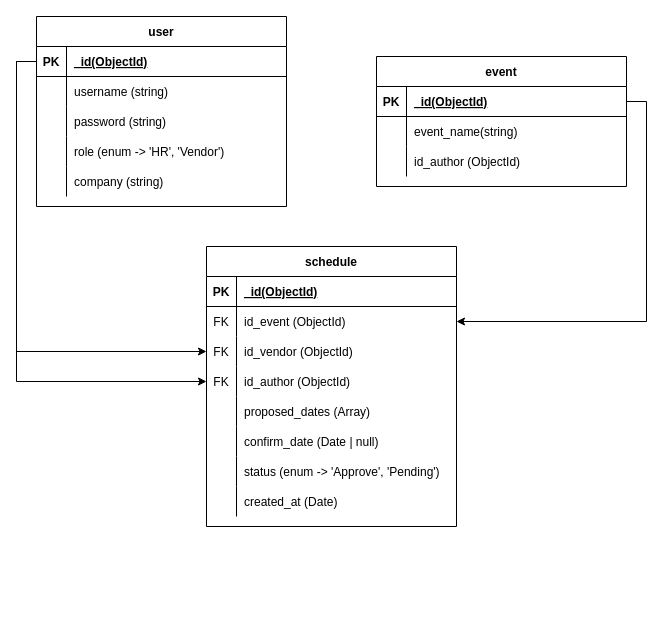
Before: embreo-tech-test.drawio in mpsalunggg/be-embreo-test, a draw.io diagram. Source tidied: cells renumbered, new cells numbered last; positions are measured from the earlier drawing's top-left corner, leaving out a move shared by most shapes. Both pictures are drawn from the tidied source at 100%, with x=0, y=0 at pixel (36, 16).
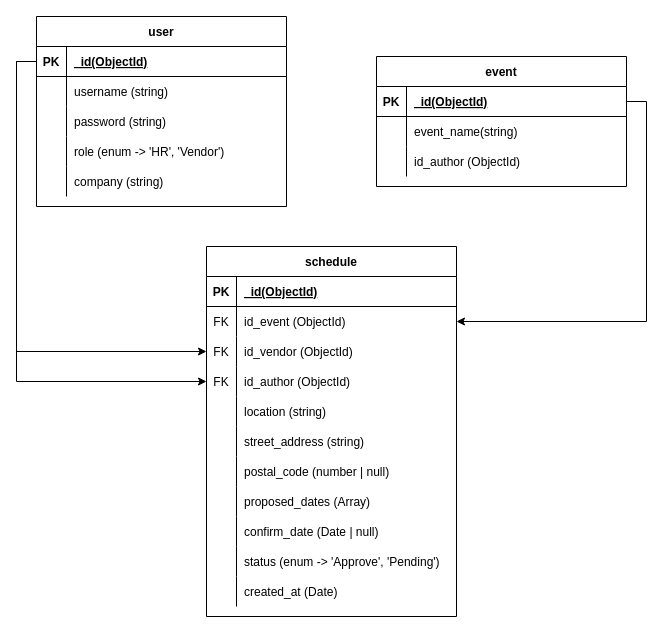
The same page after the edit.

What changed in the source:
```diff
@@
     <mxCell id="28" value="schedule" style="shape=table;startSize=30;childLayout=tableLayout;rowLines=0;fontStyle=1;align=center;" parent="1" vertex="1">
-      <mxGeometry x="170" y="230" width="250" height="280" as="geometry" />
+      <mxGeometry x="170" y="230" width="250" height="370" as="geometry" />
     </mxCell>
@@
+    <mxCell id="56" style="shape=partialRectangle;fillColor=none;top=0;left=0;right=0;bottom=0;" parent="28" vertex="1">
+      <mxGeometry y="150" width="250" height="30" as="geometry" />
+    </mxCell>
+    <mxCell id="57" style="shape=partialRectangle;overflow=hidden;fillColor=none;top=0;left=0;bottom=0;right=0;" parent="56" vertex="1">
+      <mxGeometry width="30" height="30" as="geometry" />
+    </mxCell>
+    <mxCell id="58" value="location (string)" style="shape=partialRectangle;overflow=hidden;fillColor=none;top=0;left=0;bottom=0;right=0;align=left;spacingLeft=6;" parent="56" vertex="1">
+      <mxGeometry x="30" width="220" height="30" as="geometry" />
+    </mxCell>
+    <mxCell id="59" style="shape=partialRectangle;fillColor=none;top=0;left=0;right=0;bottom=0;" parent="28" vertex="1">
+      <mxGeometry y="180" width="250" height="30" as="geometry" />
+    </mxCell>
+    <mxCell id="60" style="shape=partialRectangle;overflow=hidden;fillColor=none;top=0;left=0;bottom=0;right=0;" parent="59" vertex="1">
+      <mxGeometry width="30" height="30" as="geometry" />
+    </mxCell>
+    <mxCell id="61" value="street_address (string)" style="shape=partialRectangle;overflow=hidden;fillColor=none;top=0;left=0;bottom=0;right=0;align=left;spacingLeft=6;" parent="59" vertex="1">
+      <mxGeometry x="30" width="220" height="30" as="geometry" />
+    </mxCell>
+    <mxCell id="62" style="shape=partialRectangle;fillColor=none;top=0;left=0;right=0;bottom=0;" parent="28" vertex="1">
+      <mxGeometry y="210" width="250" height="30" as="geometry" />
+    </mxCell>
+    <mxCell id="63" style="shape=partialRectangle;overflow=hidden;fillColor=none;top=0;left=0;bottom=0;right=0;" parent="62" vertex="1">
+      <mxGeometry width="30" height="30" as="geometry" />
+    </mxCell>
+    <mxCell id="64" value="postal_code (number | null)" style="shape=partialRectangle;overflow=hidden;fillColor=none;top=0;left=0;bottom=0;right=0;align=left;spacingLeft=6;" parent="62" vertex="1">
+      <mxGeometry x="30" width="220" height="30" as="geometry" />
+    </mxCell>
     <mxCell id="41" style="shape=partialRectangle;fillColor=none;top=0;left=0;right=0;bottom=0;" parent="28" vertex="1">
-      <mxGeometry y="150" width="250" height="30" as="geometry" />
+      <mxGeometry y="240" width="250" height="30" as="geometry" />
     </mxCell>
@@
     <mxCell id="44" style="shape=partialRectangle;fillColor=none;top=0;left=0;right=0;bottom=0;" parent="28" vertex="1">
-      <mxGeometry y="180" width="250" height="30" as="geometry" />
+      <mxGeometry y="270" width="250" height="30" as="geometry" />
     </mxCell>
@@
     <mxCell id="47" style="shape=partialRectangle;fillColor=none;top=0;left=0;right=0;bottom=0;" parent="28" vertex="1">
-      <mxGeometry y="210" width="250" height="30" as="geometry" />
+      <mxGeometry y="300" width="250" height="30" as="geometry" />
     </mxCell>
@@
     <mxCell id="50" style="shape=partialRectangle;fillColor=none;top=0;left=0;right=0;bottom=0;" parent="28" vertex="1">
-      <mxGeometry y="240" width="250" height="30" as="geometry" />
+      <mxGeometry y="330" width="250" height="30" as="geometry" />
     </mxCell>
```
